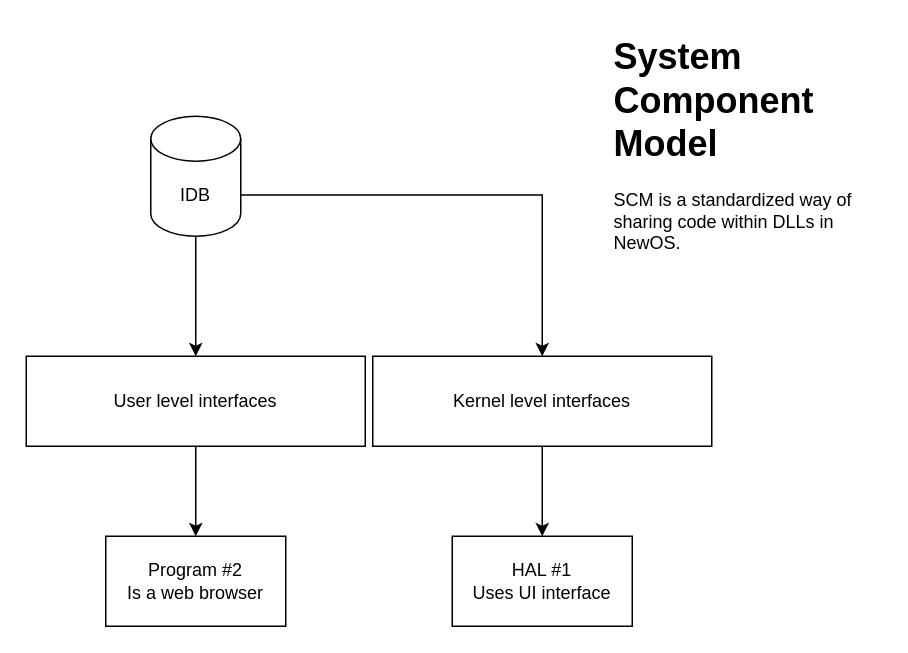
The draw.io diagram SCIKit/SCM.drawio in nekernel-org/nekernel, before the edit. Source tidied: cells renumbered, new cells numbered last; positions are measured from the earlier drawing's top-left corner, leaving out a move shared by most shapes. Both pictures are drawn from the tidied source at 150%, with x=0, y=0 at pixel (26, 26).
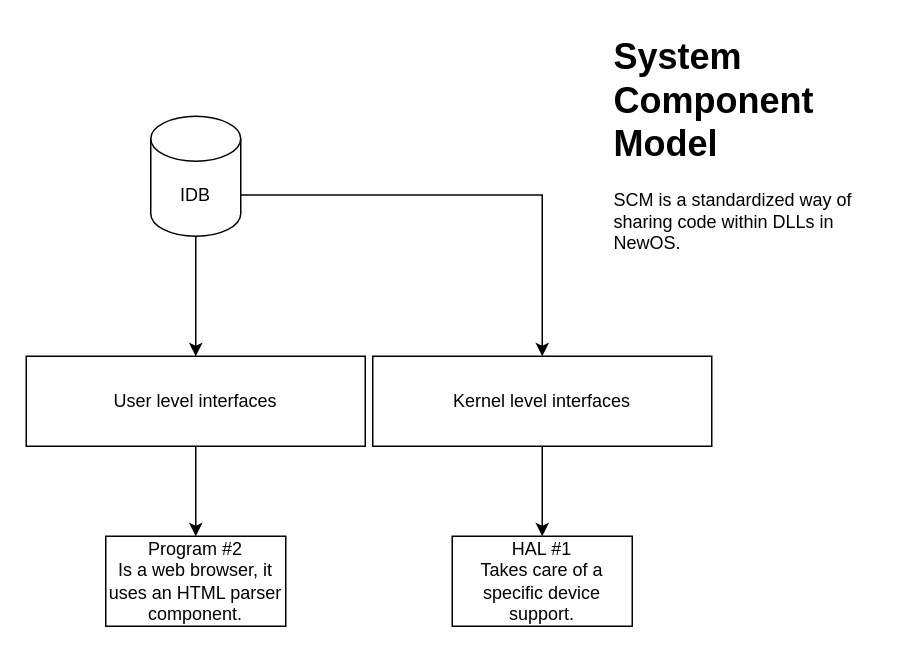
The same page after the edit.

Commit message (it also covers changes not shown here):
[META] code cleanup.

What changed in the source:
```diff
@@
 <mxGraphModel>
   <root>
     <mxCell id="0" />
     <mxCell id="1" parent="0" />
     <mxCell id="2" style="edgeStyle=orthogonalEdgeStyle;rounded=0;jettySize=auto;html=1;exitX=0.5;exitY=1;exitDx=0;exitDy=0;entryX=0.5;entryY=0;entryDx=0;entryDy=0;" parent="1" edge="1" source="3" target="9">
       <mxGeometry relative="1" as="geometry" />
     </mxCell>
     <mxCell id="3" value="Kernel level interfaces" style="rounded=0;whiteSpace=wrap;html=1;" parent="1" vertex="1">
       <mxGeometry x="231" y="220" width="226" height="60" as="geometry" />
     </mxCell>
     <mxCell id="4" style="edgeStyle=orthogonalEdgeStyle;rounded=0;jettySize=auto;html=1;exitX=0.5;exitY=1;exitDx=0;exitDy=0;entryX=0.5;entryY=0;entryDx=0;entryDy=0;" parent="1" edge="1" source="5" target="10">
       <mxGeometry relative="1" as="geometry" />
     </mxCell>
     <mxCell id="5" value="User level interfaces" style="rounded=0;whiteSpace=wrap;html=1;" parent="1" vertex="1">
       <mxGeometry y="220" width="226" height="60" as="geometry" />
     </mxCell>
     <mxCell id="6" style="edgeStyle=orthogonalEdgeStyle;rounded=0;jettySize=auto;html=1;" parent="1" edge="1" source="8" target="5">
       <mxGeometry relative="1" as="geometry" />
     </mxCell>
     <mxCell id="7" style="edgeStyle=orthogonalEdgeStyle;rounded=0;jettySize=auto;html=1;exitX=1;exitY=0;exitDx=0;exitDy=52.5;exitPerimeter=0;" parent="1" edge="1" source="8" target="3">
       <mxGeometry relative="1" as="geometry" />
     </mxCell>
     <mxCell id="8" value="IDB" style="shape=cylinder3;whiteSpace=wrap;html=1;boundedLbl=1;backgroundOutline=1;size=15;" parent="1" vertex="1">
       <mxGeometry x="83" y="60" width="60" height="80" as="geometry" />
     </mxCell>
-    <mxCell id="9" value="HAL #1&lt;div&gt;Uses UI interface&lt;/div&gt;" style="rounded=0;whiteSpace=wrap;html=1;" parent="1" vertex="1">
+    <mxCell id="9" value="HAL #1&lt;div&gt;Takes care of a specific device support.&lt;/div&gt;" style="rounded=0;whiteSpace=wrap;html=1;" parent="1" vertex="1">
       <mxGeometry x="284" y="340" width="120" height="60" as="geometry" />
     </mxCell>
-    <mxCell id="10" value="Program #2&lt;div&gt;Is a web browser&lt;/div&gt;" style="rounded=0;whiteSpace=wrap;html=1;" parent="1" vertex="1">
+    <mxCell id="10" value="Program #2&lt;div&gt;Is a web browser, it uses an HTML parser component.&lt;/div&gt;" style="rounded=0;whiteSpace=wrap;html=1;" parent="1" vertex="1">
       <mxGeometry x="53" y="340" width="120" height="60" as="geometry" />
     </mxCell>
     <mxCell id="11" value="&lt;h1 style=&quot;margin-top: 0px;&quot;&gt;System Component Model&lt;/h1&gt;&lt;p&gt;SCM is a standardized way of sharing code within DLLs in NewOS.&lt;/p&gt;" style="text;html=1;whiteSpace=wrap;overflow=hidden;rounded=0;" parent="1" vertex="1">
       <mxGeometry x="390" width="180" height="180" as="geometry" />
     </mxCell>
   </root>
 </mxGraphModel>
```
